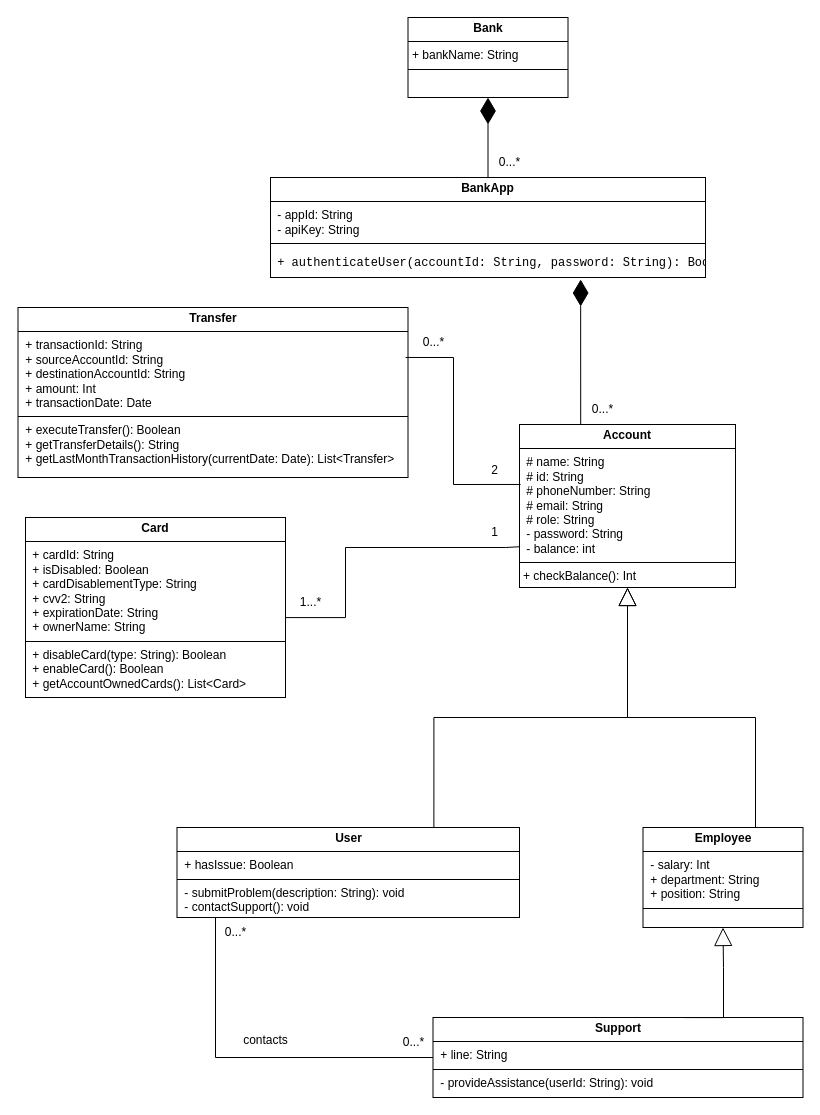
Above: Untitled Diagram.drawio in pureAliNajafi/uni-adiagram (draw.io), before the change. Source tidied: cells renumbered, new cells numbered last; positions are measured from the earlier drawing's top-left corner, leaving out a move shared by most shapes. Both pictures are drawn from the tidied source at 100%, with x=0, y=0 at pixel (17, 17).
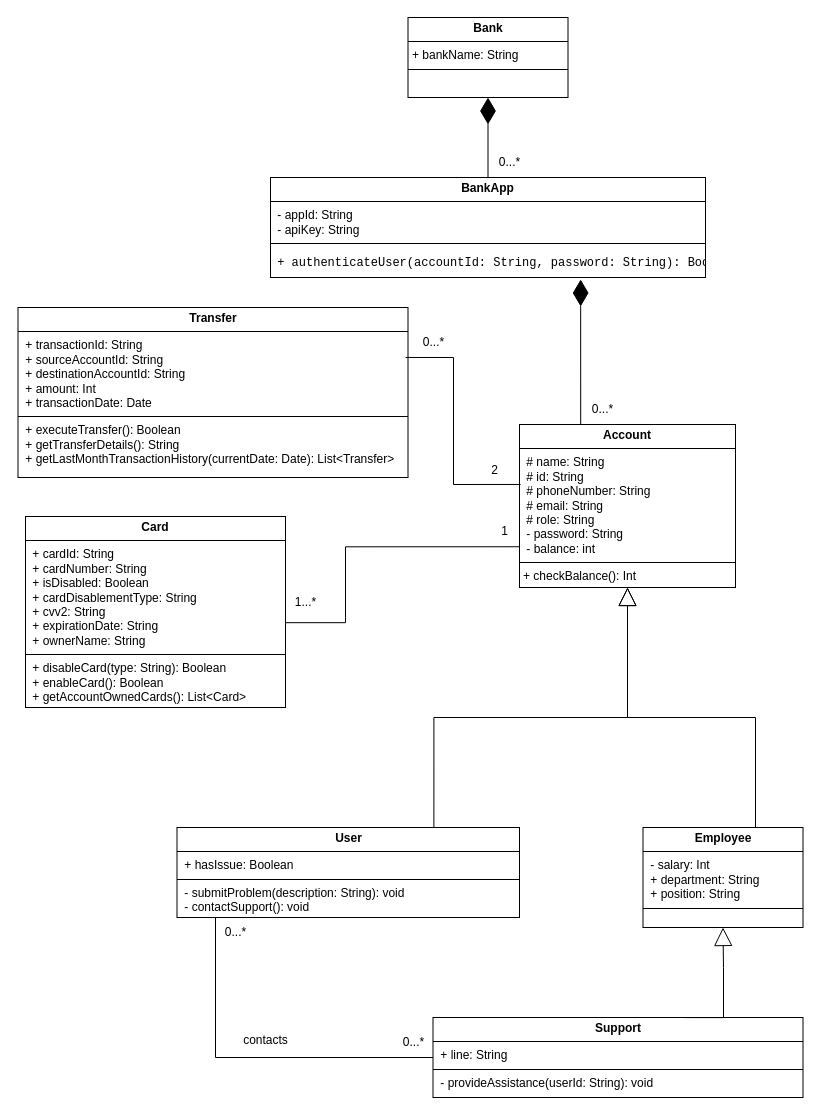
The same diagram, later.

Change to the diagram source:
```diff
@@
-    <mxCell id="5" value="&lt;p style=&quot;margin:0px;margin-top:4px;text-align:center;&quot;&gt;&lt;b&gt;Card&lt;/b&gt;&lt;/p&gt;&lt;hr size=&quot;1&quot; style=&quot;border-style:solid;&quot;&gt;&lt;p style=&quot;margin:0px;margin-left:4px;&quot;&gt;&amp;nbsp;+ cardId: String&lt;/p&gt;&lt;p style=&quot;margin:0px;margin-left:4px;&quot;&gt;&amp;nbsp;+ isDisabled: Boolean&lt;br&gt;&amp;nbsp;+ cardDisablementType: String&lt;/p&gt;&lt;p style=&quot;margin:0px;margin-left:4px;&quot;&gt;&amp;nbsp;+ cvv2: String&lt;/p&gt;&lt;p style=&quot;margin:0px;margin-left:4px;&quot;&gt;&amp;nbsp;+ expirationDate: String&lt;/p&gt;&lt;p style=&quot;margin:0px;margin-left:4px;&quot;&gt;&amp;nbsp;+ ownerName: String&lt;/p&gt;&lt;hr size=&quot;1&quot; style=&quot;border-style:solid;&quot;&gt;&lt;p style=&quot;margin:0px;margin-left:4px;&quot;&gt;&lt;span style=&quot;background-color: initial;&quot;&gt;&amp;nbsp;+ disableCard(type: String&lt;/span&gt;&lt;span style=&quot;background-color: initial;&quot;&gt;):&amp;nbsp;&lt;/span&gt;&lt;span style=&quot;background-color: initial;&quot;&gt;Boolean&amp;nbsp;&lt;/span&gt;&lt;/p&gt;&lt;p style=&quot;margin:0px;margin-left:4px;&quot;&gt;&amp;nbsp;+ enableCard(&lt;span style=&quot;background-color: initial;&quot;&gt;):&amp;nbsp;&lt;/span&gt;&lt;span style=&quot;background-color: initial;&quot;&gt;Boolean&amp;nbsp;&lt;/span&gt;&lt;/p&gt;&lt;p style=&quot;margin:0px;margin-left:4px;&quot;&gt;&amp;nbsp;+ getAccountOwnedCards(): List&amp;lt;Card&amp;gt;&lt;/p&gt;&lt;p style=&quot;margin:0px;margin-left:4px;&quot;&gt;&lt;span style=&quot;background-color: initial;&quot;&gt;&lt;br&gt;&lt;/span&gt;&lt;/p&gt;" style="verticalAlign=top;align=left;overflow=fill;html=1;whiteSpace=wrap;" parent="1" vertex="1">
-      <mxGeometry x="8" y="500" width="260" height="180" as="geometry" />
+    <mxCell id="5" value="&lt;p style=&quot;margin:0px;margin-top:4px;text-align:center;&quot;&gt;&lt;b&gt;Card&lt;/b&gt;&lt;/p&gt;&lt;hr size=&quot;1&quot; style=&quot;border-style:solid;&quot;&gt;&lt;p style=&quot;margin:0px;margin-left:4px;&quot;&gt;&amp;nbsp;+ cardId: String&lt;/p&gt;&lt;p style=&quot;margin:0px;margin-left:4px;&quot;&gt;&amp;nbsp;+ cardNumber: String&lt;/p&gt;&lt;p style=&quot;margin:0px;margin-left:4px;&quot;&gt;&amp;nbsp;+ isDisabled: Boolean&lt;br&gt;&amp;nbsp;+ cardDisablementType: String&lt;/p&gt;&lt;p style=&quot;margin:0px;margin-left:4px;&quot;&gt;&amp;nbsp;+ cvv2: String&lt;/p&gt;&lt;p style=&quot;margin:0px;margin-left:4px;&quot;&gt;&amp;nbsp;+ expirationDate: String&lt;/p&gt;&lt;p style=&quot;margin:0px;margin-left:4px;&quot;&gt;&amp;nbsp;+ ownerName: String&lt;/p&gt;&lt;hr size=&quot;1&quot; style=&quot;border-style:solid;&quot;&gt;&lt;p style=&quot;margin:0px;margin-left:4px;&quot;&gt;&lt;span style=&quot;background-color: initial;&quot;&gt;&amp;nbsp;+ disableCard(type: String&lt;/span&gt;&lt;span style=&quot;background-color: initial;&quot;&gt;):&amp;nbsp;&lt;/span&gt;&lt;span style=&quot;background-color: initial;&quot;&gt;Boolean&amp;nbsp;&lt;/span&gt;&lt;/p&gt;&lt;p style=&quot;margin:0px;margin-left:4px;&quot;&gt;&amp;nbsp;+ enableCard(&lt;span style=&quot;background-color: initial;&quot;&gt;):&amp;nbsp;&lt;/span&gt;&lt;span style=&quot;background-color: initial;&quot;&gt;Boolean&amp;nbsp;&lt;/span&gt;&lt;/p&gt;&lt;p style=&quot;margin:0px;margin-left:4px;&quot;&gt;&amp;nbsp;+ getAccountOwnedCards(): List&amp;lt;Card&amp;gt;&lt;/p&gt;&lt;p style=&quot;margin:0px;margin-left:4px;&quot;&gt;&lt;span style=&quot;background-color: initial;&quot;&gt;&lt;br&gt;&lt;/span&gt;&lt;/p&gt;" style="verticalAlign=top;align=left;overflow=fill;html=1;whiteSpace=wrap;" parent="1" vertex="1">
+      <mxGeometry x="8" y="499" width="260" height="191" as="geometry" />
     </mxCell>
@@
     <mxCell id="22" value="1" style="text;html=1;align=center;verticalAlign=middle;strokeColor=none;fillColor=none;" parent="1" vertex="1">
-      <mxGeometry x="462" y="500" width="30" height="30" as="geometry" />
+      <mxGeometry x="472" y="499" width="30" height="30" as="geometry" />
     </mxCell>
     <mxCell id="23" value="1...*" style="text;html=1;align=center;verticalAlign=middle;strokeColor=none;fillColor=none;" parent="1" vertex="1">
-      <mxGeometry x="273" y="570" width="40" height="30" as="geometry" />
+      <mxGeometry x="268" y="570" width="40" height="30" as="geometry" />
     </mxCell>
```
